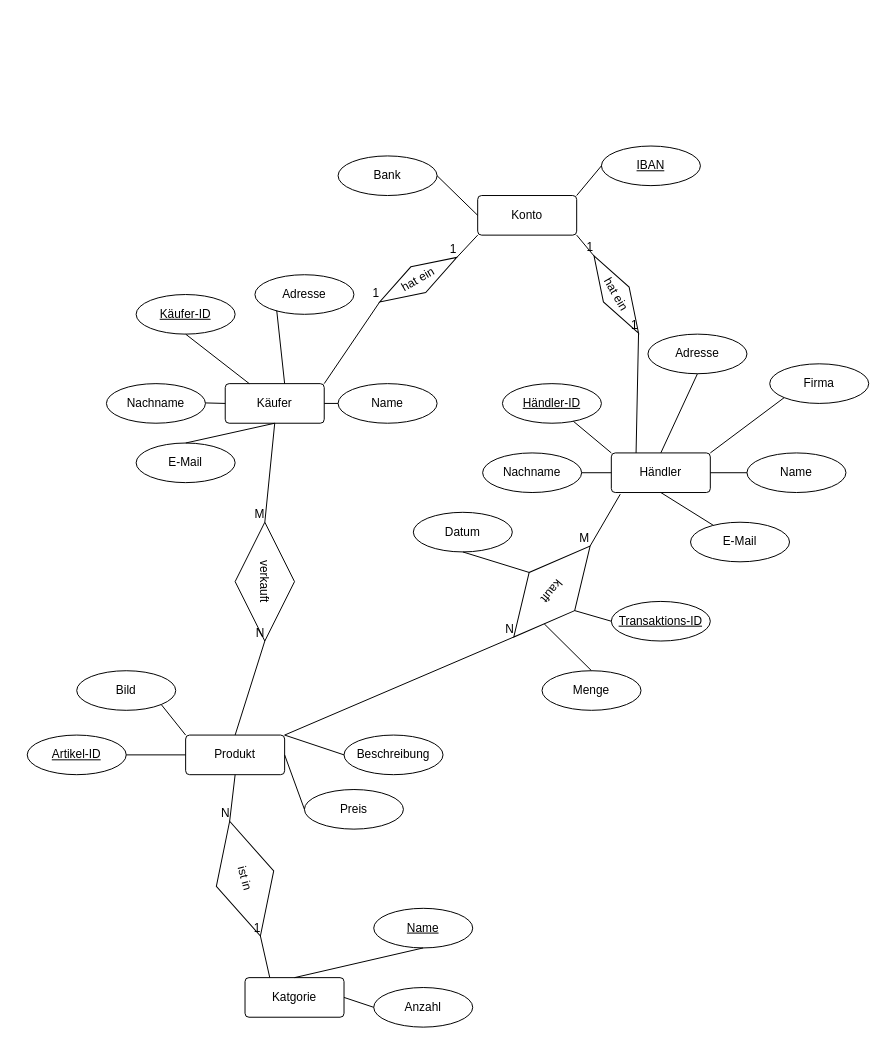
This is Organisatorisches/Raw_ER-Marktplatz.drawio from DrySlime/WebAplikation, a draw.io file, before an edit. Source tidied: cells renumbered, new cells numbered last; positions are measured from the earlier drawing's top-left corner, leaving out a move shared by most shapes. Both pictures are drawn from the tidied source at 99%, with x=0, y=0 at pixel (27, 146).
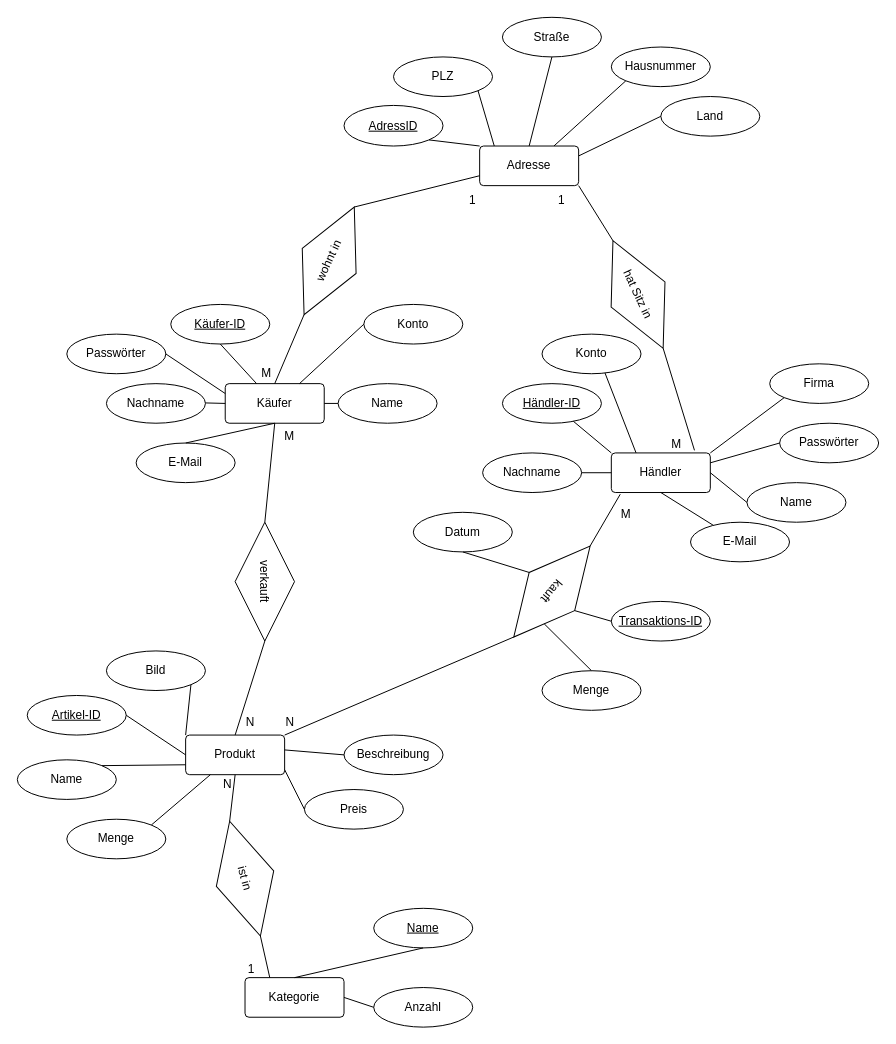
The same page after the edit.

Unchanged cells that the change refers to:
```xml
<mxCell id="2" value="Händler" style="rounded=1;arcSize=10;whiteSpace=wrap;html=1;align=center;" parent="1" vertex="1">
  <mxGeometry x="590" y="310" width="100" height="40" as="geometry" />
</mxCell>
<mxCell id="3" value="Käufer" style="rounded=1;arcSize=10;whiteSpace=wrap;html=1;align=center;" parent="1" vertex="1">
  <mxGeometry x="200" y="240" width="100" height="40" as="geometry" />
</mxCell>
<mxCell id="5" value="Produkt" style="rounded=1;arcSize=10;whiteSpace=wrap;html=1;align=center;" parent="1" vertex="1">
  <mxGeometry x="160" y="595" width="100" height="40" as="geometry" />
</mxCell>
<mxCell id="46" style="endArrow=none;html=1;rounded=0;entryX=1;entryY=0.5;entryDx=0;entryDy=0;exitX=0.25;exitY=0;exitDx=0;exitDy=0;" parent="1" edge="1" source="6" target="45">
  <mxGeometry relative="1" as="geometry" />
</mxCell>
<mxCell id="48" style="endArrow=none;html=1;rounded=0;entryX=0;entryY=0.5;entryDx=0;entryDy=0;exitX=0.5;exitY=1;exitDx=0;exitDy=0;" parent="1" edge="1" source="5" target="45">
  <mxGeometry relative="1" as="geometry" />
</mxCell>
<mxCell id="54" value="Preis" style="ellipse;whiteSpace=wrap;html=1;align=center;" parent="1" vertex="1">
  <mxGeometry x="280" y="650" width="100" height="40" as="geometry" />
</mxCell>
<mxCell id="56" value="Beschreibung" style="ellipse;whiteSpace=wrap;html=1;align=center;" parent="1" vertex="1">
  <mxGeometry x="320" y="595" width="100" height="40" as="geometry" />
</mxCell>
<mxCell id="61" style="endArrow=none;html=1;rounded=0;exitX=0.5;exitY=0;exitDx=0;exitDy=0;entryX=1;entryY=0.5;entryDx=0;entryDy=0;" parent="1" edge="1" source="5" target="60">
  <mxGeometry relative="1" as="geometry" />
</mxCell>
<mxCell id="63" style="endArrow=none;html=1;rounded=0;exitX=0.5;exitY=1;exitDx=0;exitDy=0;entryX=0;entryY=0.5;entryDx=0;entryDy=0;" parent="1" edge="1" source="3" target="60">
  <mxGeometry relative="1" as="geometry" />
</mxCell>
<mxCell id="66" style="endArrow=none;html=1;rounded=0;exitX=1;exitY=0;exitDx=0;exitDy=0;entryX=1;entryY=0.5;entryDx=0;entryDy=0;" parent="1" edge="1" source="5" target="65">
  <mxGeometry relative="1" as="geometry" />
</mxCell>
<mxCell id="68" style="endArrow=none;html=1;rounded=0;exitX=0.09;exitY=1.043;exitDx=0;exitDy=0;entryX=0;entryY=0.5;entryDx=0;entryDy=0;exitPerimeter=0;" parent="1" edge="1" source="2" target="65">
  <mxGeometry relative="1" as="geometry" />
</mxCell>
```

Change to the diagram source:
```diff
@@
-    <mxCell id="4" value="Konto" style="rounded=1;arcSize=10;whiteSpace=wrap;html=1;align=center;" parent="1" vertex="1">
-      <mxGeometry x="455" y="50" width="100" height="40" as="geometry" />
-    </mxCell>
@@
-    <mxCell id="6" value="Katgorie" style="rounded=1;arcSize=10;whiteSpace=wrap;html=1;align=center;" parent="1" vertex="1">
+    <mxCell id="6" value="Kategorie" style="rounded=1;arcSize=10;whiteSpace=wrap;html=1;align=center;" parent="1" vertex="1">
       <mxGeometry x="220" y="840" width="100" height="40" as="geometry" />
     </mxCell>
@@
     <mxCell id="8" value="Käufer-ID" style="ellipse;whiteSpace=wrap;html=1;align=center;fontStyle=4;" parent="1" vertex="1">
-      <mxGeometry x="110" y="150" width="100" height="40" as="geometry" />
+      <mxGeometry x="145" y="160" width="100" height="40" as="geometry" />
     </mxCell>
@@
-    <mxCell id="13" value="Adresse" style="ellipse;whiteSpace=wrap;html=1;align=center;" parent="1" vertex="1">
-      <mxGeometry x="230" y="130" width="100" height="40" as="geometry" />
-    </mxCell>
-    <mxCell id="14" value="Adresse" style="ellipse;whiteSpace=wrap;html=1;align=center;" parent="1" vertex="1">
-      <mxGeometry x="627" y="190" width="100" height="40" as="geometry" />
-    </mxCell>
     <mxCell id="15" value="Name" style="ellipse;whiteSpace=wrap;html=1;align=center;" parent="1" vertex="1">
-      <mxGeometry x="727" y="310" width="100" height="40" as="geometry" />
+      <mxGeometry x="727" y="340" width="100" height="40" as="geometry" />
     </mxCell>
@@
-    <mxCell id="20" style="endArrow=none;html=1;rounded=0;entryX=0.22;entryY=0.9;entryDx=0;entryDy=0;entryPerimeter=0;" parent="1" edge="1" target="13">
-      <mxGeometry relative="1" as="geometry">
-        <mxPoint x="260" y="240" as="sourcePoint" />
-      </mxGeometry>
-    </mxCell>
@@
-    <mxCell id="24" style="endArrow=none;html=1;rounded=0;exitX=0.5;exitY=1;exitDx=0;exitDy=0;entryX=0.5;entryY=0;entryDx=0;entryDy=0;" parent="1" edge="1" source="14" target="2">
+    <mxCell id="24" style="endArrow=none;html=1;rounded=0;entryX=0.84;entryY=-0.065;entryDx=0;entryDy=0;entryPerimeter=0;exitX=1;exitY=0.5;exitDx=0;exitDy=0;" parent="1" edge="1" source="95" target="2">
       <mxGeometry relative="1" as="geometry" />
     </mxCell>
@@
-    <mxCell id="29" value="hat ein" style="shape=rhombus;perimeter=rhombusPerimeter;whiteSpace=wrap;html=1;align=center;rotation=-30;" parent="1" vertex="1">
-      <mxGeometry x="350" y="120" width="90" height="30" as="geometry" />
-    </mxCell>
-    <mxCell id="30" style="endArrow=none;html=1;rounded=0;entryX=0;entryY=0.5;entryDx=0;entryDy=0;exitX=1;exitY=0;exitDx=0;exitDy=0;" parent="1" edge="1" source="3" target="29">
-      <mxGeometry relative="1" as="geometry" />
-    </mxCell>
-    <mxCell id="31" value="1" style="html=1;align=right;verticalAlign=bottom;" parent="30" vertex="1">
-      <mxGeometry x="1" relative="1" as="geometry" />
-    </mxCell>
-    <mxCell id="32" style="endArrow=none;html=1;rounded=0;entryX=1;entryY=0.5;entryDx=0;entryDy=0;exitX=0;exitY=1;exitDx=0;exitDy=0;" parent="1" edge="1" source="4" target="29">
-      <mxGeometry relative="1" as="geometry" />
-    </mxCell>
-    <mxCell id="33" value="1" style="html=1;align=right;verticalAlign=bottom;" parent="32" vertex="1">
-      <mxGeometry x="1" relative="1" as="geometry" />
-    </mxCell>
-    <mxCell id="34" value="hat ein" style="shape=rhombus;perimeter=rhombusPerimeter;whiteSpace=wrap;html=1;align=center;rotation=60;" parent="1" vertex="1">
-      <mxGeometry x="550" y="135" width="90" height="30" as="geometry" />
-    </mxCell>
-    <mxCell id="35" style="endArrow=none;html=1;rounded=0;entryX=0;entryY=0.5;entryDx=0;entryDy=0;exitX=1;exitY=1;exitDx=0;exitDy=0;" parent="1" edge="1" source="4" target="34">
-      <mxGeometry relative="1" as="geometry" />
-    </mxCell>
-    <mxCell id="36" value="1" style="html=1;align=right;verticalAlign=bottom;" parent="35" vertex="1">
-      <mxGeometry x="1" relative="1" as="geometry" />
-    </mxCell>
-    <mxCell id="37" style="endArrow=none;html=1;rounded=0;entryX=1;entryY=0.5;entryDx=0;entryDy=0;exitX=0.25;exitY=0;exitDx=0;exitDy=0;" parent="1" edge="1" source="2" target="34">
-      <mxGeometry relative="1" as="geometry" />
+    <mxCell id="37" style="endArrow=none;html=1;rounded=0;exitX=0.25;exitY=0;exitDx=0;exitDy=0;" parent="1" edge="1" source="2">
+      <mxGeometry relative="1" as="geometry">
+        <mxPoint x="580" y="220" as="targetPoint" />
+      </mxGeometry>
     </mxCell>
-    <mxCell id="38" value="1" style="html=1;align=right;verticalAlign=bottom;" parent="37" vertex="1">
-      <mxGeometry x="1" relative="1" as="geometry" />
-    </mxCell>
-    <mxCell id="39" value="Bank" style="ellipse;whiteSpace=wrap;html=1;align=center;" parent="1" vertex="1">
-      <mxGeometry x="314" y="10" width="100" height="40" as="geometry" />
-    </mxCell>
-    <mxCell id="40" value="IBAN" style="ellipse;whiteSpace=wrap;html=1;align=center;fontStyle=4;" parent="1" vertex="1">
-      <mxGeometry x="580" width="100" height="40" as="geometry" />
-    </mxCell>
-    <mxCell id="41" style="endArrow=none;html=1;rounded=0;exitX=1;exitY=0;exitDx=0;exitDy=0;entryX=0;entryY=0.5;entryDx=0;entryDy=0;" parent="1" edge="1" source="4" target="40">
-      <mxGeometry relative="1" as="geometry" />
-    </mxCell>
-    <mxCell id="42" style="endArrow=none;html=1;rounded=0;exitX=1;exitY=0.5;exitDx=0;exitDy=0;entryX=0;entryY=0.5;entryDx=0;entryDy=0;" parent="1" edge="1" source="39" target="4">
-      <mxGeometry relative="1" as="geometry" />
-    </mxCell>
@@
     <mxCell id="47" value="1" style="html=1;align=right;verticalAlign=bottom;" parent="46" vertex="1">
-      <mxGeometry x="1" relative="1" as="geometry" />
+      <mxGeometry x="1" relative="1" as="geometry">
+        <mxPoint x="-6" y="42" as="offset" />
+      </mxGeometry>
     </mxCell>
@@
     <mxCell id="49" value="N" style="html=1;align=right;verticalAlign=bottom;" parent="48" vertex="1">
-      <mxGeometry x="1" relative="1" as="geometry" />
+      <mxGeometry x="1" relative="1" as="geometry">
+        <mxPoint x="2" y="-29" as="offset" />
+      </mxGeometry>
     </mxCell>
@@
     <mxCell id="52" value="Artikel-ID" style="ellipse;whiteSpace=wrap;html=1;align=center;fontStyle=4;" parent="1" vertex="1">
-      <mxGeometry y="595" width="100" height="40" as="geometry" />
+      <mxGeometry y="555" width="100" height="40" as="geometry" />
     </mxCell>
@@
     <mxCell id="55" value="Bild" style="ellipse;whiteSpace=wrap;html=1;align=center;" parent="1" vertex="1">
-      <mxGeometry x="50" y="530" width="100" height="40" as="geometry" />
+      <mxGeometry x="80" y="510" width="100" height="40" as="geometry" />
     </mxCell>
@@
-    <mxCell id="57" style="endArrow=none;html=1;rounded=0;exitX=0;exitY=0.5;exitDx=0;exitDy=0;entryX=1;entryY=0.5;entryDx=0;entryDy=0;" parent="1" edge="1" source="54" target="5">
-      <mxGeometry relative="1" as="geometry" />
+    <mxCell id="57" style="endArrow=none;html=1;rounded=0;exitX=0;exitY=0.5;exitDx=0;exitDy=0;" parent="1" edge="1" source="54">
+      <mxGeometry relative="1" as="geometry">
+        <mxPoint x="260" y="630" as="targetPoint" />
+      </mxGeometry>
     </mxCell>
@@
-    <mxCell id="59" style="endArrow=none;html=1;rounded=0;exitX=0;exitY=0.5;exitDx=0;exitDy=0;entryX=1;entryY=0;entryDx=0;entryDy=0;" parent="1" edge="1" source="56" target="5">
-      <mxGeometry relative="1" as="geometry" />
+    <mxCell id="59" style="endArrow=none;html=1;rounded=0;exitX=0;exitY=0.5;exitDx=0;exitDy=0;" parent="1" edge="1" source="56">
+      <mxGeometry relative="1" as="geometry">
+        <mxPoint x="260" y="610" as="targetPoint" />
+      </mxGeometry>
     </mxCell>
@@
     <mxCell id="62" value="N" style="html=1;align=right;verticalAlign=bottom;" parent="61" vertex="1">
-      <mxGeometry x="1" relative="1" as="geometry" />
+      <mxGeometry x="1" relative="1" as="geometry">
+        <mxPoint x="-10" y="90" as="offset" />
+      </mxGeometry>
     </mxCell>
@@
     <mxCell id="64" value="M" style="html=1;align=right;verticalAlign=bottom;" parent="63" vertex="1">
-      <mxGeometry x="1" relative="1" as="geometry" />
+      <mxGeometry x="1" relative="1" as="geometry">
+        <mxPoint x="30" y="-79" as="offset" />
+      </mxGeometry>
     </mxCell>
-    <mxCell id="65" value="kauft" style="shape=rhombus;perimeter=rhombusPerimeter;whiteSpace=wrap;html=1;align=center;rotation=-230;" parent="1" vertex="1">
+    <mxCell id="65" value="kauft" style="shape=rhombus;perimeter=rhombusPerimeter;whiteSpace=wrap;html=1;align=center;rotation=-230;direction=east;" parent="1" vertex="1">
       <mxGeometry x="470" y="420" width="120" height="60" as="geometry" />
     </mxCell>
@@
     <mxCell id="67" value="N" style="html=1;align=right;verticalAlign=bottom;" parent="66" vertex="1">
-      <mxGeometry x="1" relative="1" as="geometry" />
+      <mxGeometry x="1" relative="1" as="geometry">
+        <mxPoint x="-222" y="94" as="offset" />
+      </mxGeometry>
     </mxCell>
@@
     <mxCell id="69" value="M" style="html=1;align=right;verticalAlign=bottom;" parent="68" vertex="1">
-      <mxGeometry x="1" relative="1" as="geometry" />
+      <mxGeometry x="1" relative="1" as="geometry">
+        <mxPoint x="42" y="-24" as="offset" />
+      </mxGeometry>
     </mxCell>
@@
+    <mxCell id="76" value="Konto" style="ellipse;whiteSpace=wrap;html=1;align=center;" parent="1" vertex="1">
+      <mxGeometry x="520" y="190" width="100" height="40" as="geometry" />
+    </mxCell>
+    <mxCell id="77" value="Konto" style="ellipse;whiteSpace=wrap;html=1;align=center;" parent="1" vertex="1">
+      <mxGeometry x="340" y="160" width="100" height="40" as="geometry" />
+    </mxCell>
+    <mxCell id="78" value="Passwörter" style="ellipse;whiteSpace=wrap;html=1;align=center;" parent="1" vertex="1">
+      <mxGeometry x="40" y="190" width="100" height="40" as="geometry" />
+    </mxCell>
+    <mxCell id="79" style="endArrow=none;html=1;rounded=0;entryX=1;entryY=0.5;entryDx=0;entryDy=0;exitX=0;exitY=0.25;exitDx=0;exitDy=0;" parent="1" edge="1" source="3" target="78">
+      <mxGeometry relative="1" as="geometry" />
+    </mxCell>
+    <mxCell id="80" value="Passwörter" style="ellipse;whiteSpace=wrap;html=1;align=center;" parent="1" vertex="1">
+      <mxGeometry x="760" y="280" width="100" height="40" as="geometry" />
+    </mxCell>
+    <mxCell id="81" style="endArrow=none;html=1;rounded=0;entryX=0;entryY=0.5;entryDx=0;entryDy=0;exitX=1;exitY=0.25;exitDx=0;exitDy=0;" parent="1" edge="1" source="2" target="80">
+      <mxGeometry relative="1" as="geometry" />
+    </mxCell>
+    <mxCell id="82" value="Name" style="ellipse;whiteSpace=wrap;html=1;align=center;" parent="1" vertex="1">
+      <mxGeometry x="-10" y="620" width="100" height="40" as="geometry" />
+    </mxCell>
+    <mxCell id="83" value="Menge" style="ellipse;whiteSpace=wrap;html=1;align=center;" parent="1" vertex="1">
+      <mxGeometry x="40" y="680" width="100" height="40" as="geometry" />
+    </mxCell>
+    <mxCell id="84" style="endArrow=none;html=1;rounded=0;entryX=0;entryY=0.75;entryDx=0;entryDy=0;exitX=1;exitY=0;exitDx=0;exitDy=0;" parent="1" edge="1" source="82" target="5">
+      <mxGeometry relative="1" as="geometry" />
+    </mxCell>
+    <mxCell id="85" style="endArrow=none;html=1;rounded=0;entryX=0.25;entryY=1;entryDx=0;entryDy=0;exitX=1;exitY=0;exitDx=0;exitDy=0;" parent="1" edge="1" source="83" target="5">
+      <mxGeometry relative="1" as="geometry" />
+    </mxCell>
+    <mxCell id="86" value="Hausnummer" style="ellipse;whiteSpace=wrap;html=1;align=center;" parent="1" vertex="1">
+      <mxGeometry x="590" y="-100" width="100" height="40" as="geometry" />
+    </mxCell>
+    <mxCell id="87" value="Straße" style="ellipse;whiteSpace=wrap;html=1;align=center;" parent="1" vertex="1">
+      <mxGeometry x="480" y="-130" width="100" height="40" as="geometry" />
+    </mxCell>
+    <mxCell id="88" value="PLZ" style="ellipse;whiteSpace=wrap;html=1;align=center;" parent="1" vertex="1">
+      <mxGeometry x="370" y="-90" width="100" height="40" as="geometry" />
+    </mxCell>
+    <mxCell id="89" value="Land" style="ellipse;whiteSpace=wrap;html=1;align=center;" parent="1" vertex="1">
+      <mxGeometry x="640" y="-50" width="100" height="40" as="geometry" />
+    </mxCell>
+    <mxCell id="90" style="endArrow=none;html=1;rounded=0;entryX=0.5;entryY=1;entryDx=0;entryDy=0;exitX=0.5;exitY=0;exitDx=0;exitDy=0;" parent="1" edge="1" source="94" target="87">
+      <mxGeometry relative="1" as="geometry" />
+    </mxCell>
+    <mxCell id="91" style="endArrow=none;html=1;rounded=0;entryX=1;entryY=1;entryDx=0;entryDy=0;exitX=0.15;exitY=0.02;exitDx=0;exitDy=0;exitPerimeter=0;" parent="1" edge="1" source="94" target="88">
+      <mxGeometry relative="1" as="geometry" />
+    </mxCell>
+    <mxCell id="92" style="endArrow=none;html=1;rounded=0;entryX=0;entryY=1;entryDx=0;entryDy=0;exitX=0.75;exitY=0;exitDx=0;exitDy=0;" parent="1" edge="1" source="94" target="86">
+      <mxGeometry relative="1" as="geometry" />
+    </mxCell>
+    <mxCell id="93" style="endArrow=none;html=1;rounded=0;entryX=0;entryY=0.5;entryDx=0;entryDy=0;exitX=1;exitY=0.25;exitDx=0;exitDy=0;" parent="1" edge="1" source="94" target="89">
+      <mxGeometry relative="1" as="geometry" />
+    </mxCell>
+    <mxCell id="94" value="Adresse" style="rounded=1;arcSize=10;whiteSpace=wrap;html=1;align=center;" parent="1" vertex="1">
+      <mxGeometry x="457" width="100" height="40" as="geometry" />
+    </mxCell>
+    <mxCell id="95" value="hat Sitz in" style="shape=rhombus;perimeter=rhombusPerimeter;whiteSpace=wrap;html=1;align=center;rotation=65;" parent="1" vertex="1">
+      <mxGeometry x="557" y="120" width="120" height="60" as="geometry" />
+    </mxCell>
+    <mxCell id="96" style="endArrow=none;html=1;rounded=0;entryX=0;entryY=0.5;entryDx=0;entryDy=0;exitX=0.75;exitY=0;exitDx=0;exitDy=0;" parent="1" edge="1" source="3" target="77">
+      <mxGeometry relative="1" as="geometry" />
+    </mxCell>
+    <mxCell id="97" style="endArrow=none;html=1;rounded=0;exitX=0.5;exitY=0;exitDx=0;exitDy=0;entryX=0;entryY=0.5;entryDx=0;entryDy=0;" parent="1" edge="1" source="3" target="98">
+      <mxGeometry relative="1" as="geometry" />
+    </mxCell>
+    <mxCell id="98" value="wohnt in" style="shape=rhombus;perimeter=rhombusPerimeter;whiteSpace=wrap;html=1;align=center;rotation=-65;" parent="1" vertex="1">
+      <mxGeometry x="245" y="86" width="120" height="60" as="geometry" />
+    </mxCell>
+    <mxCell id="99" style="endArrow=none;html=1;rounded=0;entryX=0;entryY=0.75;entryDx=0;entryDy=0;exitX=1;exitY=0.5;exitDx=0;exitDy=0;" parent="1" edge="1" source="98" target="94">
+      <mxGeometry relative="1" as="geometry" />
+    </mxCell>
+    <mxCell id="100" style="endArrow=none;html=1;rounded=0;entryX=0;entryY=0.5;entryDx=0;entryDy=0;exitX=1;exitY=1;exitDx=0;exitDy=0;" parent="1" edge="1" source="94" target="95">
+      <mxGeometry relative="1" as="geometry" />
+    </mxCell>
+    <mxCell id="101" value="M" style="html=1;align=right;verticalAlign=bottom;" parent="1" vertex="1">
+      <mxGeometry x="240" y="230" as="geometry">
+        <mxPoint x="7" y="8" as="offset" />
+      </mxGeometry>
+    </mxCell>
+    <mxCell id="102" value="M" style="html=1;align=right;verticalAlign=bottom;" parent="1" vertex="1">
+      <mxGeometry x="250" y="240" as="geometry">
+        <mxPoint x="411" y="70" as="offset" />
+      </mxGeometry>
+    </mxCell>
+    <mxCell id="103" value="1&lt;br&gt;" style="text;html=1;strokeColor=none;fillColor=none;align=center;verticalAlign=middle;whiteSpace=wrap;rounded=0;" parent="1" vertex="1">
+      <mxGeometry x="420" y="40" width="60" height="30" as="geometry" />
+    </mxCell>
+    <mxCell id="104" value="1&lt;br&gt;" style="text;html=1;strokeColor=none;fillColor=none;align=center;verticalAlign=middle;whiteSpace=wrap;rounded=0;" parent="1" vertex="1">
+      <mxGeometry x="510" y="40" width="60" height="30" as="geometry" />
+    </mxCell>
+    <mxCell id="105" value="&lt;u&gt;AdressID&lt;/u&gt;" style="ellipse;whiteSpace=wrap;html=1;align=center;" parent="1" vertex="1">
+      <mxGeometry x="320" y="-41" width="100" height="41" as="geometry" />
+    </mxCell>
+    <mxCell id="106" style="endArrow=none;html=1;rounded=0;entryX=1;entryY=1;entryDx=0;entryDy=0;exitX=0;exitY=0;exitDx=0;exitDy=0;" parent="1" edge="1" source="94" target="105">
+      <mxGeometry relative="1" as="geometry" />
+    </mxCell>
```
